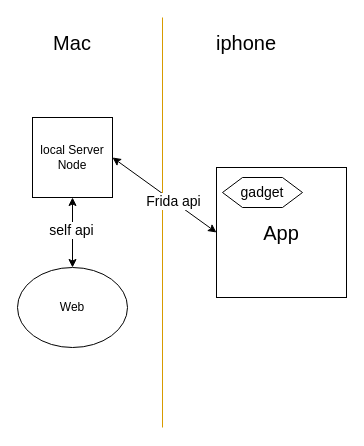
The draw.io diagram grapefruit.drawio in MitnickX/drawIO, before the edit. Source tidied: cells renumbered, new cells numbered last; positions are measured from the earlier drawing's top-left corner, leaving out a move shared by most shapes. Both pictures are drawn from the tidied source at 100%, with x=0, y=0 at pixel (17, 17).
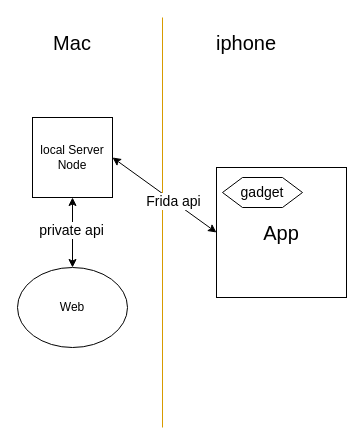
The same diagram, later.

The edit, as a diff of the source:
```diff
@@
 <mxGraphModel>
   <root>
     <mxCell id="0" />
     <mxCell id="1" parent="0" />
     <mxCell id="2" value="local Server&lt;br&gt;Node" style="whiteSpace=wrap;html=1;" parent="1" vertex="1">
       <mxGeometry x="15" y="100" width="80" height="80" as="geometry" />
     </mxCell>
     <mxCell id="3" style="endArrow=none;html=1;rounded=0;fillColor=#ffe6cc;strokeColor=#d79b00;" parent="1" edge="1">
       <mxGeometry relative="1" as="geometry">
         <mxPoint x="145" y="410" as="sourcePoint" />
         <mxPoint x="145" as="targetPoint" />
       </mxGeometry>
     </mxCell>
     <mxCell id="4" value="Web" style="ellipse;whiteSpace=wrap;html=1;" parent="1" vertex="1">
       <mxGeometry y="250" width="110" height="80" as="geometry" />
     </mxCell>
     <mxCell id="5" style="endArrow=classic;startArrow=classic;html=1;rounded=0;entryX=0.5;entryY=1;entryDx=0;entryDy=0;exitX=0.5;exitY=0;exitDx=0;exitDy=0;" parent="1" edge="1" source="4" target="2">
       <mxGeometry relative="1" as="geometry" />
     </mxCell>
-    <mxCell id="6" value="self api" style="edgeLabel;html=1;align=center;verticalAlign=middle;fontSize=14;" parent="5" vertex="1">
+    <mxCell id="6" value="private api" style="edgeLabel;html=1;align=center;verticalAlign=middle;fontSize=14;" parent="5" vertex="1">
       <mxGeometry x="0.09" y="2" relative="1" as="geometry" />
     </mxCell>
     <mxCell id="7" value="Mac" style="text;html=1;strokeColor=none;fillColor=none;align=center;verticalAlign=middle;whiteSpace=wrap;rounded=0;fontSize=20;" parent="1" vertex="1">
       <mxGeometry x="25" y="10" width="60" height="30" as="geometry" />
     </mxCell>
     <mxCell id="8" value="iphone" style="text;html=1;strokeColor=none;fillColor=none;align=center;verticalAlign=middle;whiteSpace=wrap;rounded=0;fontSize=20;" parent="1" vertex="1">
       <mxGeometry x="199" y="10" width="60" height="30" as="geometry" />
     </mxCell>
     <mxCell id="9" value="App" style="whiteSpace=wrap;html=1;fontSize=20;" parent="1" vertex="1">
       <mxGeometry x="199" y="150" width="130" height="130" as="geometry" />
     </mxCell>
     <mxCell id="10" value="gadget" style="shape=hexagon;perimeter=hexagonPerimeter2;whiteSpace=wrap;html=1;fixedSize=1;fontSize=14;" parent="1" vertex="1">
       <mxGeometry x="205" y="160" width="80" height="30" as="geometry" />
     </mxCell>
     <mxCell id="11" style="endArrow=classic;startArrow=classic;html=1;rounded=0;fontSize=14;exitX=1;exitY=0.5;exitDx=0;exitDy=0;entryX=0;entryY=0.5;entryDx=0;entryDy=0;" parent="1" edge="1" source="2" target="9">
       <mxGeometry relative="1" as="geometry" />
     </mxCell>
     <mxCell id="12" value="Frida api" style="edgeLabel;html=1;align=center;verticalAlign=middle;fontSize=14;" parent="11" vertex="1">
       <mxGeometry x="0.15" relative="1" as="geometry" />
     </mxCell>
   </root>
 </mxGraphModel>
```
